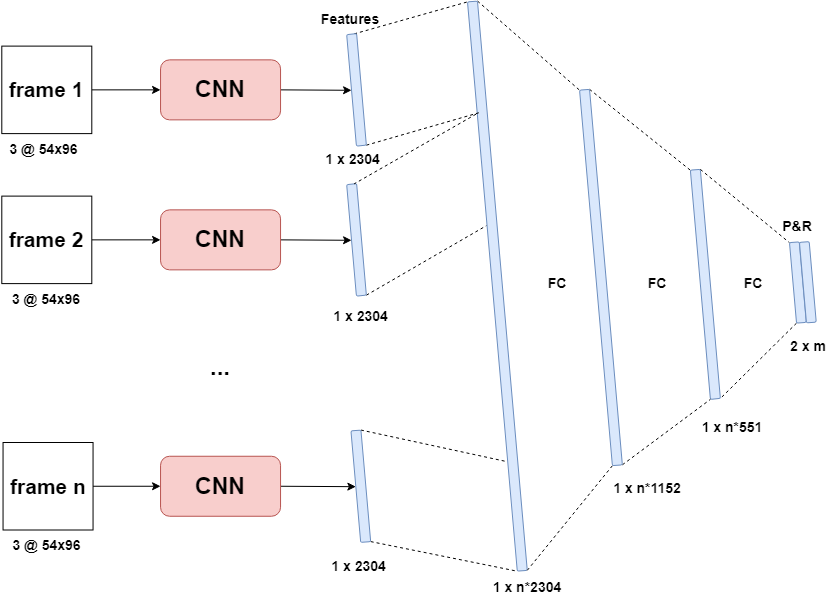
lancedw/3D-state-prediction-for-surface-vessels-using-IMU-data-and-images keeps this draw.io diagram as Documentation/images/architectures/CNN_linear.drawio.png. Above is the earlier version. Source tidied: cells renumbered, new cells last; positions are measured from the earlier drawing's top-left corner, leaving out a move shared by most shapes.
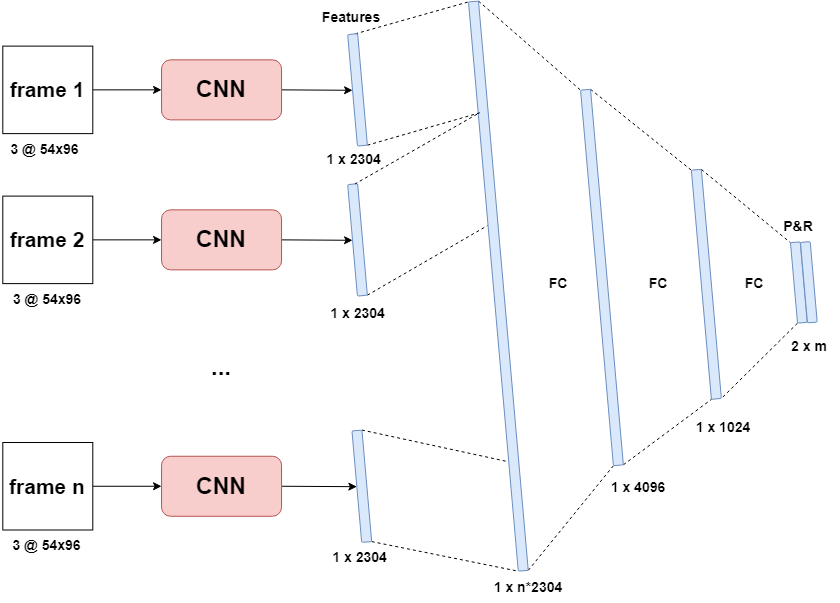
The same file after the commit.

Commit message:
diagram for CNN sequential model

Diff of the diagram source:
```diff
@@ -2,11 +2,11 @@
   <root>
     <mxCell id="0" />
     <mxCell id="1" parent="0" />
-    <mxCell id="2" value="&lt;font style=&quot;font-size: 14px;&quot;&gt;1 x n*1152&lt;/font&gt;" style="text;html=1;strokeColor=none;fillColor=none;align=center;verticalAlign=middle;whiteSpace=wrap;rounded=0;fontStyle=1;fontSize=14;" parent="1" vertex="1">
-      <mxGeometry x="607" y="469.2" width="80" height="30" as="geometry" />
+    <mxCell id="2" value="&lt;font style=&quot;font-size: 14px;&quot;&gt;1 x 4096&lt;/font&gt;" style="text;html=1;strokeColor=none;fillColor=none;align=center;verticalAlign=middle;whiteSpace=wrap;rounded=0;fontStyle=1;fontSize=14;" parent="1" vertex="1">
+      <mxGeometry x="597" y="468" width="80" height="30" as="geometry" />
     </mxCell>
-    <mxCell id="3" value="&lt;font style=&quot;font-size: 14px;&quot;&gt;1 x n*551&lt;/font&gt;" style="text;html=1;strokeColor=none;fillColor=none;align=center;verticalAlign=middle;whiteSpace=wrap;rounded=0;fontStyle=1;fontSize=14;" parent="1" vertex="1">
-      <mxGeometry x="697" y="408" width="70" height="30" as="geometry" />
+    <mxCell id="3" value="&lt;font style=&quot;font-size: 14px;&quot;&gt;1 x 1024&lt;/font&gt;" style="text;html=1;strokeColor=none;fillColor=none;align=center;verticalAlign=middle;whiteSpace=wrap;rounded=0;fontStyle=1;fontSize=14;" parent="1" vertex="1">
+      <mxGeometry x="687" y="408" width="70" height="30" as="geometry" />
     </mxCell>
     <mxCell id="4" value="FC" style="text;html=1;strokeColor=none;fillColor=none;align=center;verticalAlign=middle;whiteSpace=wrap;rounded=0;fontStyle=1;fontSize=14;" parent="1" vertex="1">
       <mxGeometry x="722.6" y="264.1" width="60" height="30" as="geometry" />
@@ -39,7 +39,7 @@
       <mxGeometry x="777.7" y="326.6" width="60" height="30" as="geometry" />
     </mxCell>
     <mxCell id="14" value="Features" style="text;html=1;strokeColor=none;fillColor=none;align=center;verticalAlign=middle;whiteSpace=wrap;rounded=0;fontStyle=1;fontSize=14;" parent="1" vertex="1">
-      <mxGeometry x="320.1" y="0.4" width="60" height="30" as="geometry" />
+      <mxGeometry x="320.1" y="-2" width="60" height="30" as="geometry" />
     </mxCell>
     <mxCell id="15" value="&lt;font style=&quot;font-size: 14px;&quot;&gt;1 x n*2304&lt;/font&gt;" style="text;html=1;strokeColor=none;fillColor=none;align=center;verticalAlign=middle;whiteSpace=wrap;rounded=0;fontStyle=1;fontSize=14;" parent="1" vertex="1">
       <mxGeometry x="487" y="568" width="80" height="30" as="geometry" />
@@ -111,13 +111,13 @@
       <mxGeometry relative="1" as="geometry" />
     </mxCell>
     <mxCell id="38" value="frame n" style="rounded=0;whiteSpace=wrap;html=1;fontFamily=Helvetica;fontSize=21;fontColor=default;fontStyle=1;" parent="1" vertex="1">
-      <mxGeometry x="2.5" y="438" width="90" height="87.5" as="geometry" />
+      <mxGeometry x="1.3" y="438" width="90" height="87.5" as="geometry" />
     </mxCell>
     <mxCell id="39" value="&lt;font style=&quot;font-size: 14px;&quot;&gt;3 @ 54x96&lt;/font&gt;" style="text;html=1;strokeColor=none;fillColor=none;align=center;verticalAlign=middle;whiteSpace=wrap;rounded=0;fontStyle=1;fontSize=14;" parent="1" vertex="1">
       <mxGeometry x="1.3" y="129.1" width="85" height="31.2" as="geometry" />
     </mxCell>
     <mxCell id="40" value="&lt;font style=&quot;font-size: 14px;&quot;&gt;3 @ 54x96&lt;/font&gt;" style="text;html=1;strokeColor=none;fillColor=none;align=center;verticalAlign=middle;whiteSpace=wrap;rounded=0;fontStyle=1;fontSize=14;" parent="1" vertex="1">
-      <mxGeometry y="525.5" width="92.5" height="31.2" as="geometry" />
+      <mxGeometry x="-1.2" y="525.5" width="92.5" height="31.2" as="geometry" />
     </mxCell>
     <mxCell id="41" value="&lt;font style=&quot;font-size: 14px;&quot;&gt;3 @ 54x96&lt;/font&gt;" style="text;html=1;strokeColor=none;fillColor=none;align=center;verticalAlign=middle;whiteSpace=wrap;rounded=0;fontStyle=1;fontSize=14;" parent="1" vertex="1">
       <mxGeometry x="1.3" y="279.1" width="90" height="31.2" as="geometry" />
@@ -126,10 +126,10 @@
       <mxGeometry x="320.1" y="140.4" width="69" height="30" as="geometry" />
     </mxCell>
     <mxCell id="43" value="&lt;font style=&quot;font-size: 14px;&quot;&gt;1 x 2304&amp;nbsp;&lt;/font&gt;" style="text;html=1;strokeColor=none;fillColor=none;align=center;verticalAlign=middle;whiteSpace=wrap;rounded=0;fontStyle=1;fontSize=14;" parent="1" vertex="1">
-      <mxGeometry x="330.1" y="296.6" width="65" height="30" as="geometry" />
+      <mxGeometry x="325.8" y="294.1" width="65" height="30" as="geometry" />
     </mxCell>
     <mxCell id="44" value="&lt;font style=&quot;font-size: 14px;&quot;&gt;1 x 2304&amp;nbsp;&lt;/font&gt;" style="text;html=1;strokeColor=none;fillColor=none;align=center;verticalAlign=middle;whiteSpace=wrap;rounded=0;fontStyle=1;fontSize=14;" parent="1" vertex="1">
-      <mxGeometry x="325.8" y="546.8" width="69" height="30" as="geometry" />
+      <mxGeometry x="325.8" y="538" width="69" height="30" as="geometry" />
     </mxCell>
     <mxCell id="45" style="edgeStyle=none;rounded=0;jettySize=auto;html=1;exitX=0;exitY=0;exitDx=0;exitDy=0;entryX=0;entryY=1;entryDx=0;entryDy=0;dashed=1;endArrow=none;endFill=0;" parent="1" edge="1" source="48" target="5">
       <mxGeometry relative="1" as="geometry" />
```
